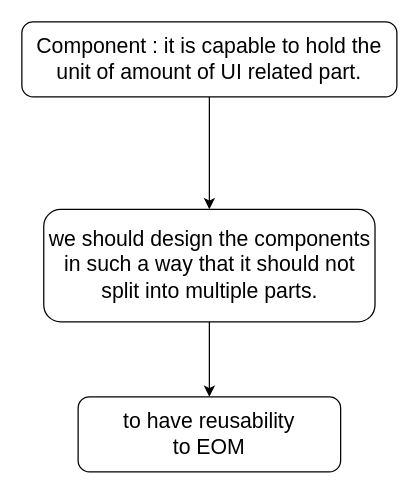
abhinandanchivate/cogentBatch59 keeps this draw.io diagram as page "component" (3 of 6) of workflow.drawio. Above is the earlier version. Source tidied: cells renumbered, new cells numbered last; positions are measured from the earlier drawing's top-left corner, leaving out a move shared by most shapes. Both pictures are drawn from the tidied source at 125%, with x=0, y=0 at pixel (21, 21).
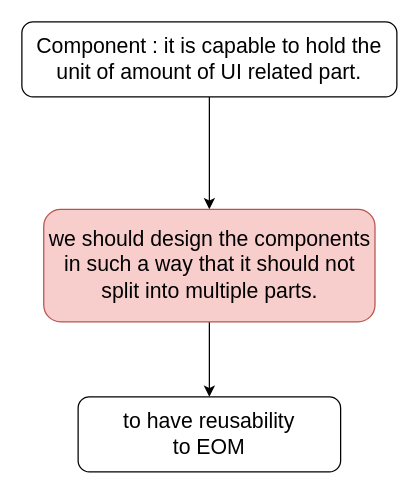
The same diagram, later.

What changed in the source:
```diff
@@
 <mxGraphModel>
   <root>
     <mxCell id="0" />
     <mxCell id="1" parent="0" />
     <mxCell id="2" style="edgeStyle=orthogonalEdgeStyle;rounded=0;jettySize=auto;html=1;fontSize=17;" parent="1" edge="1" source="3" target="5">
       <mxGeometry relative="1" as="geometry" />
     </mxCell>
     <mxCell id="3" value="Component : it is capable to hold the unit of amount of UI related part." style="rounded=1;whiteSpace=wrap;html=1;fontSize=17;" parent="1" vertex="1">
       <mxGeometry width="300" height="60" as="geometry" />
     </mxCell>
     <mxCell id="4" style="edgeStyle=orthogonalEdgeStyle;rounded=0;jettySize=auto;html=1;fontSize=17;" parent="1" edge="1" source="5" target="6">
       <mxGeometry relative="1" as="geometry" />
     </mxCell>
-    <mxCell id="5" value="we should design the components in such a way that it should not split into multiple parts." style="whiteSpace=wrap;html=1;fontSize=17;rounded=1;" parent="1" vertex="1">
+    <mxCell id="5" value="we should design the components in such a way that it should not split into multiple parts." style="whiteSpace=wrap;html=1;fontSize=17;rounded=1;fillColor=#f8cecc;strokeColor=#b85450;" parent="1" vertex="1">
       <mxGeometry x="17.5" y="150" width="265" height="90" as="geometry" />
     </mxCell>
     <mxCell id="6" value="to have reusability&lt;br&gt;to EOM" style="whiteSpace=wrap;html=1;fontSize=17;rounded=1;" parent="1" vertex="1">
       <mxGeometry x="45" y="300" width="210" height="60" as="geometry" />
     </mxCell>
   </root>
 </mxGraphModel>
```
